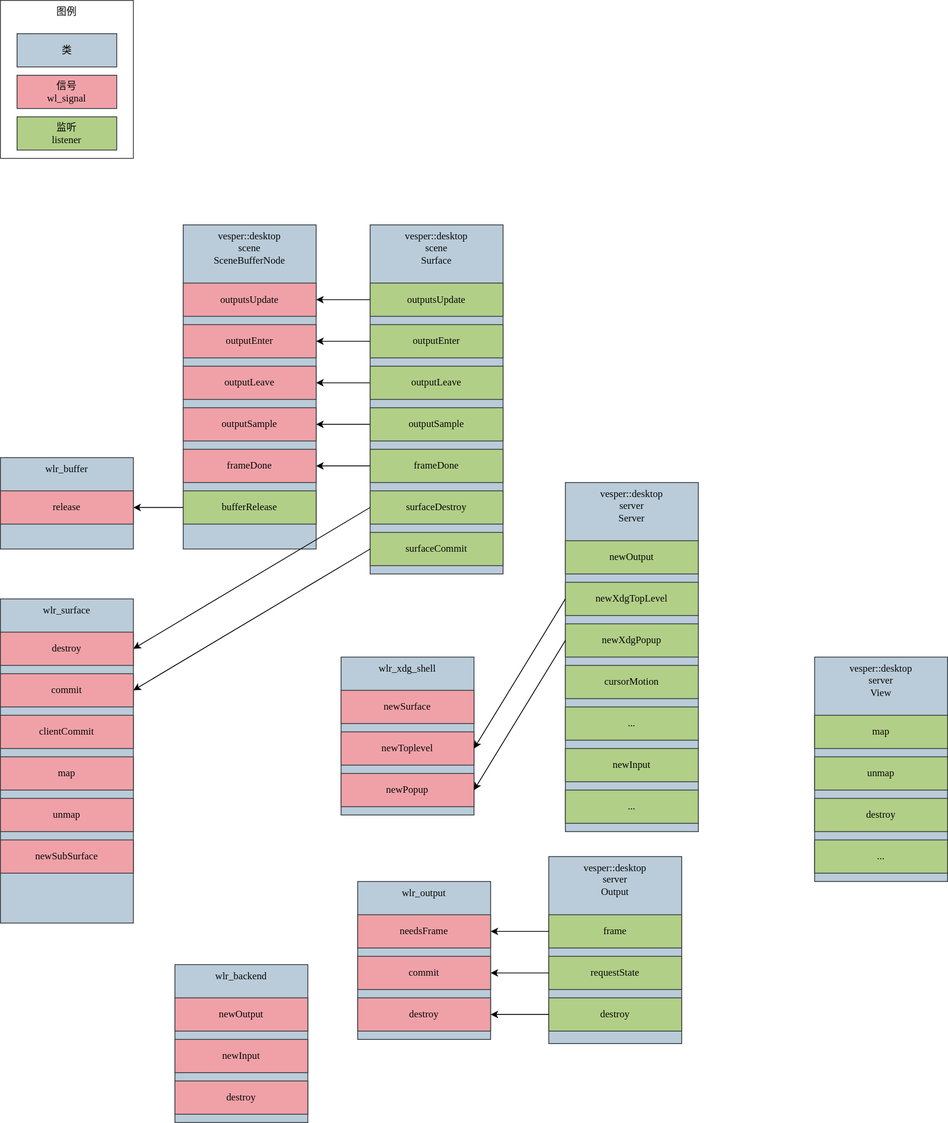
This is doc/images/wl_signal-flow.drawio.svg from FlowerBlackG/vesper, a draw.io export, as it was before one commit. Source tidied: cells renumbered, new cells last; positions are measured from the earlier drawing's top-left corner, leaving out a move shared by most shapes.
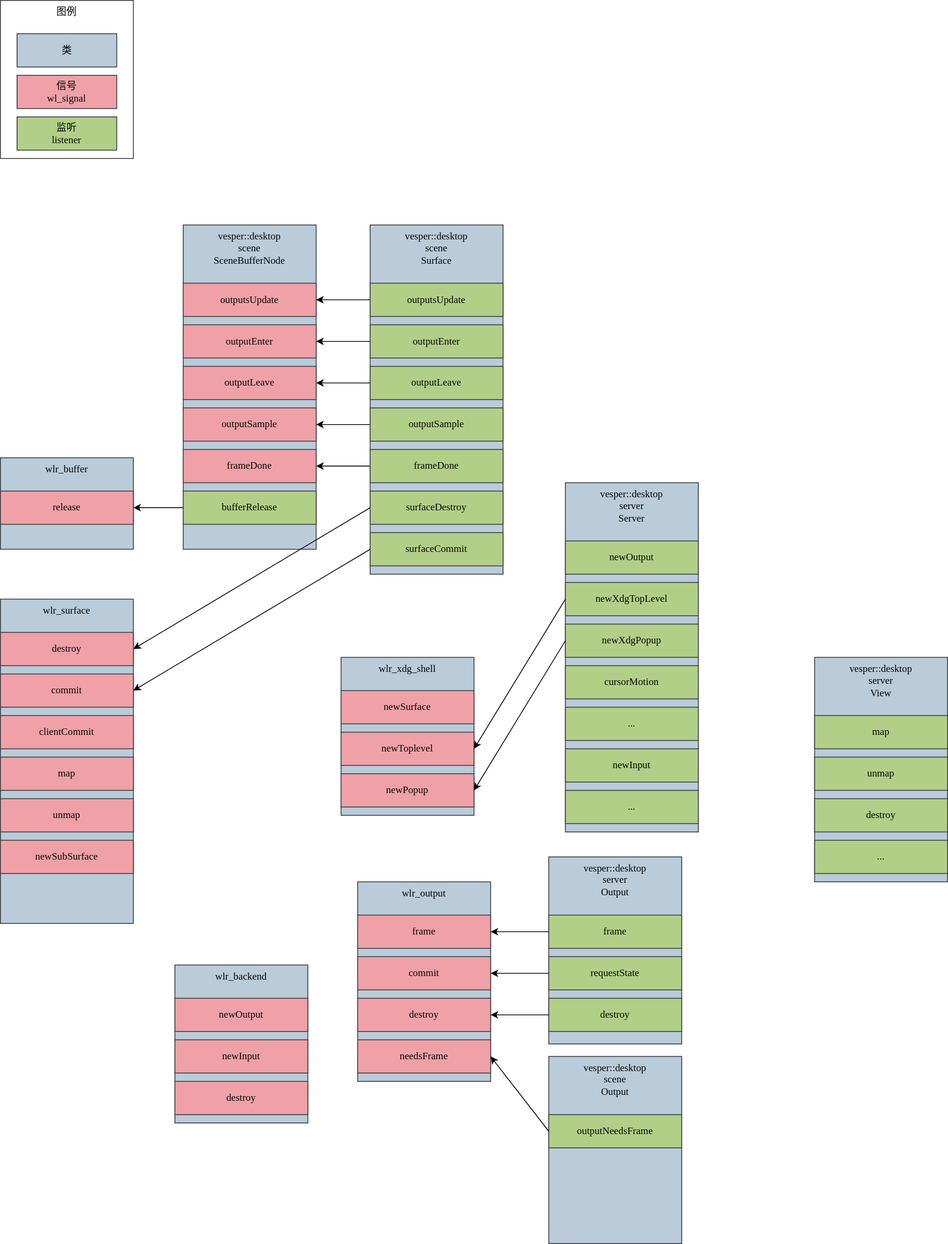
The same file after the commit.

What changed in the source:
```diff
@@ -197,21 +197,6 @@
     <mxCell id="66" value="..." style="rounded=0;whiteSpace=wrap;html=1;fontFamily=JetBrains Mono;fillColor=#B2CF87;strokeColor=#36393d;verticalAlign=middle;fontColor=#050505;" parent="1" vertex="1">
       <mxGeometry x="980" y="1010" width="160" height="40" as="geometry" />
     </mxCell>
-    <mxCell id="67" style="group;" parent="1" vertex="1">
-      <mxGeometry x="430" y="1060" width="160" height="190" as="geometry" />
-    </mxCell>
-    <mxCell id="68" value="wlr_output" style="rounded=0;whiteSpace=wrap;html=1;fontFamily=JetBrains Mono;fillColor=#baccd9;strokeColor=#36393d;verticalAlign=top;fontColor=#050505;" parent="67" vertex="1">
-      <mxGeometry width="160" height="190" as="geometry" />
-    </mxCell>
-    <mxCell id="69" value="needsFrame" style="rounded=0;whiteSpace=wrap;html=1;fontFamily=JetBrains Mono;fillColor=#f0a1a8;strokeColor=#36393d;verticalAlign=middle;fontColor=#050505;" parent="67" vertex="1">
-      <mxGeometry y="40" width="160" height="40" as="geometry" />
-    </mxCell>
-    <mxCell id="70" value="commit" style="rounded=0;whiteSpace=wrap;html=1;fontFamily=JetBrains Mono;fillColor=#f0a1a8;strokeColor=#36393d;verticalAlign=middle;fontColor=#050505;" parent="67" vertex="1">
-      <mxGeometry y="90" width="160" height="40" as="geometry" />
-    </mxCell>
-    <mxCell id="71" value="destroy" style="rounded=0;whiteSpace=wrap;html=1;fontFamily=JetBrains Mono;fillColor=#f0a1a8;strokeColor=#36393d;verticalAlign=middle;fontColor=#050505;" parent="67" vertex="1">
-      <mxGeometry y="140" width="160" height="40" as="geometry" />
-    </mxCell>
     <mxCell id="72" style="edgeStyle=none;html=1;exitX=0;exitY=0.5;exitDx=0;exitDy=0;entryX=1;entryY=0.5;entryDx=0;entryDy=0;" parent="1" edge="1" source="59" target="69">
       <mxGeometry relative="1" as="geometry" />
     </mxCell>
@@ -242,5 +227,32 @@
     <mxCell id="81" style="edgeStyle=none;html=1;exitX=0;exitY=0.5;exitDx=0;exitDy=0;entryX=1;entryY=0.5;entryDx=0;entryDy=0;" parent="1" edge="1" source="52" target="79">
       <mxGeometry relative="1" as="geometry" />
     </mxCell>
+    <mxCell id="68" value="wlr_output" style="rounded=0;whiteSpace=wrap;html=1;fontFamily=JetBrains Mono;fillColor=#baccd9;strokeColor=#36393d;verticalAlign=top;fontColor=#050505;" parent="1" vertex="1">
+      <mxGeometry x="430" y="1060" width="160" height="240" as="geometry" />
+    </mxCell>
+    <mxCell id="69" value="frame" style="rounded=0;whiteSpace=wrap;html=1;fontFamily=JetBrains Mono;fillColor=#f0a1a8;strokeColor=#36393d;verticalAlign=middle;fontColor=#050505;" parent="1" vertex="1">
+      <mxGeometry x="430" y="1100" width="160" height="40" as="geometry" />
+    </mxCell>
+    <mxCell id="70" value="commit" style="rounded=0;whiteSpace=wrap;html=1;fontFamily=JetBrains Mono;fillColor=#f0a1a8;strokeColor=#36393d;verticalAlign=middle;fontColor=#050505;" parent="1" vertex="1">
+      <mxGeometry x="430" y="1150" width="160" height="40" as="geometry" />
+    </mxCell>
+    <mxCell id="71" value="destroy" style="rounded=0;whiteSpace=wrap;html=1;fontFamily=JetBrains Mono;fillColor=#f0a1a8;strokeColor=#36393d;verticalAlign=middle;fontColor=#050505;" parent="1" vertex="1">
+      <mxGeometry x="430" y="1200" width="160" height="40" as="geometry" />
+    </mxCell>
+    <mxCell id="82" value="needsFrame" style="rounded=0;whiteSpace=wrap;html=1;fontFamily=JetBrains Mono;fillColor=#f0a1a8;strokeColor=#36393d;verticalAlign=middle;fontColor=#050505;" parent="1" vertex="1">
+      <mxGeometry x="430" y="1250" width="160" height="40" as="geometry" />
+    </mxCell>
+    <mxCell id="83" style="group;" parent="1" vertex="1">
+      <mxGeometry x="660" y="1270" width="160" height="225" as="geometry" />
+    </mxCell>
+    <mxCell id="84" value="vesper::desktop&lt;br&gt;scene&lt;br&gt;Output" style="rounded=0;whiteSpace=wrap;html=1;fontFamily=JetBrains Mono;fillColor=#baccd9;strokeColor=#36393d;verticalAlign=top;fontColor=#050505;" parent="83" vertex="1">
+      <mxGeometry width="160" height="225" as="geometry" />
+    </mxCell>
+    <mxCell id="85" value="outputNeedsFrame" style="rounded=0;whiteSpace=wrap;html=1;fontFamily=JetBrains Mono;fillColor=#B2CF87;strokeColor=#36393d;verticalAlign=middle;fontColor=#050505;" parent="83" vertex="1">
+      <mxGeometry y="70" width="160" height="40" as="geometry" />
+    </mxCell>
+    <mxCell id="86" style="edgeStyle=none;html=1;exitX=0;exitY=0.5;exitDx=0;exitDy=0;entryX=1;entryY=0.5;entryDx=0;entryDy=0;" parent="1" edge="1" source="85" target="82">
+      <mxGeometry relative="1" as="geometry" />
+    </mxCell>
   </root>
 </mxGraphModel>
```
